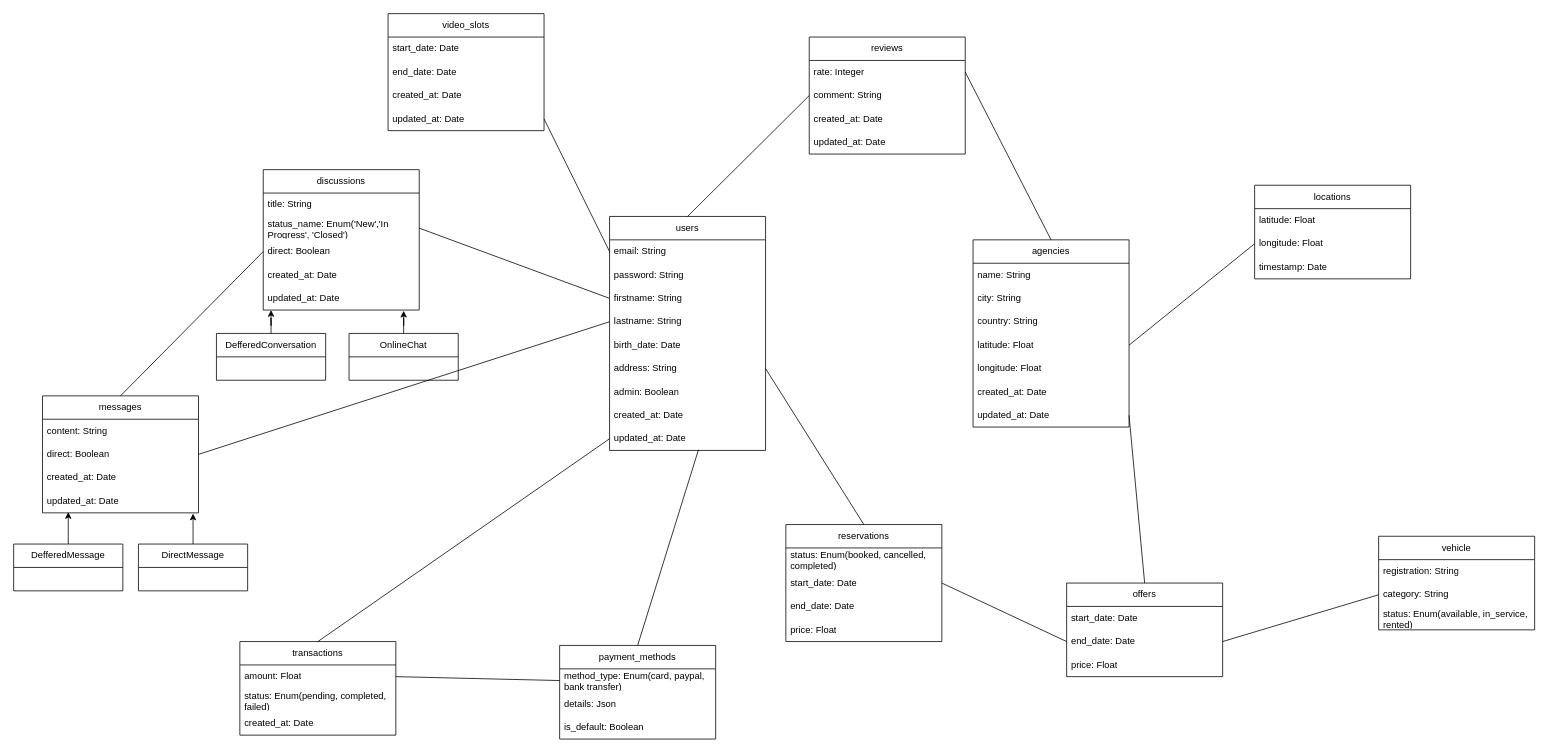
TBERT31/P13-YourCarYourWay_MessageApp_JavaAngular keeps this draw.io diagram as MCD_Monolith_Global.drawio. Above is the earlier version. Source tidied: cells renumbered, new cells numbered last; positions are measured from the earlier drawing's top-left corner, leaving out a move shared by most shapes. Both pictures are drawn from the tidied source at 78%, with x=0, y=0 at pixel (13, 13).
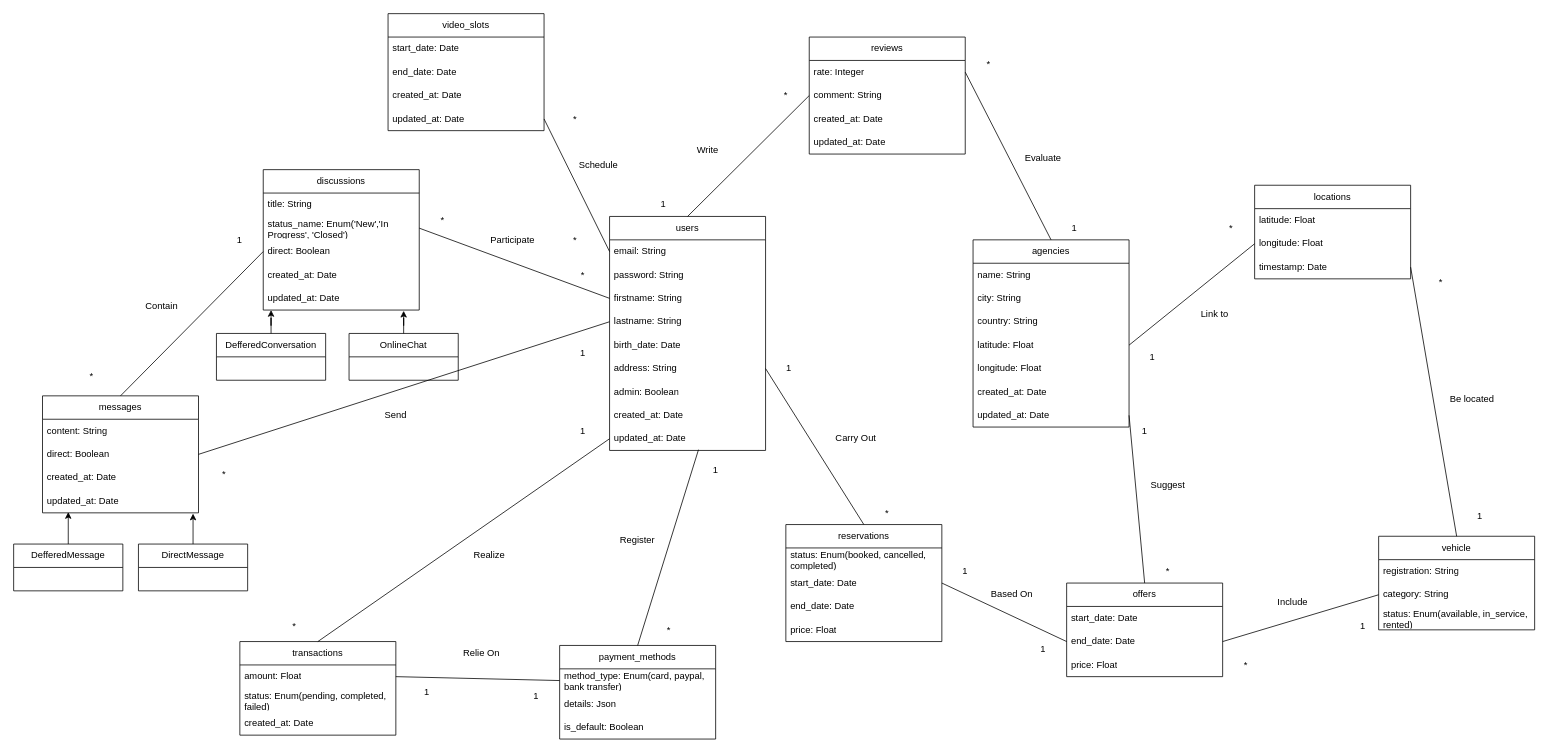
Above is the later version.

Commit message (it also covers changes not shown here):
Mettre à jour MCD_Monolith_Global.drawio

Unchanged cells that the change refers to:
```xml
<mxCell id="57" value="timestamp: Date" style="text;strokeColor=none;fillColor=none;align=left;verticalAlign=middle;spacingLeft=4;spacingRight=4;overflow=hidden;points=[[0,0.5],[1,0.5]];portConstraint=eastwest;whiteSpace=wrap;html=1;" parent="54" vertex="1">
  <mxGeometry y="90" width="200" height="30" as="geometry" />
</mxCell>
<mxCell id="58" value="vehicle" style="swimlane;fontStyle=0;horizontal=1;startSize=30;whiteSpace=wrap;html=1;direction=east;" parent="1" vertex="1">
  <mxGeometry x="1750" y="670" width="200" height="120" as="geometry" />
</mxCell>
```

Diff of the diagram source:
```diff
@@
+    <mxCell id="88" value="Register" style="text;html=1;align=center;verticalAlign=middle;whiteSpace=wrap;rounded=0;" parent="1" vertex="1">
+      <mxGeometry x="770" y="660" width="60" height="30" as="geometry" />
+    </mxCell>
+    <mxCell id="89" value="Realize" style="text;html=1;align=center;verticalAlign=middle;whiteSpace=wrap;rounded=0;" parent="1" vertex="1">
+      <mxGeometry x="580" y="680" width="60" height="30" as="geometry" />
+    </mxCell>
+    <mxCell id="90" value="Carry Out" style="text;html=1;align=center;verticalAlign=middle;whiteSpace=wrap;rounded=0;" parent="1" vertex="1">
+      <mxGeometry x="1050" y="530" width="60" height="30" as="geometry" />
+    </mxCell>
+    <mxCell id="91" value="Write" style="text;html=1;align=center;verticalAlign=middle;whiteSpace=wrap;rounded=0;" parent="1" vertex="1">
+      <mxGeometry x="860" y="160" width="60" height="30" as="geometry" />
+    </mxCell>
+    <mxCell id="92" value="Participate" style="text;html=1;align=center;verticalAlign=middle;whiteSpace=wrap;rounded=0;" parent="1" vertex="1">
+      <mxGeometry x="610" y="275" width="60" height="30" as="geometry" />
+    </mxCell>
+    <mxCell id="93" value="Schedule" style="text;html=1;align=center;verticalAlign=middle;whiteSpace=wrap;rounded=0;" parent="1" vertex="1">
+      <mxGeometry x="720" y="180" width="60" height="30" as="geometry" />
+    </mxCell>
+    <mxCell id="94" value="Send" style="text;html=1;align=center;verticalAlign=middle;whiteSpace=wrap;rounded=0;" parent="1" vertex="1">
+      <mxGeometry x="460" y="500" width="60" height="30" as="geometry" />
+    </mxCell>
+    <mxCell id="95" value="Contain" style="text;html=1;align=center;verticalAlign=middle;whiteSpace=wrap;rounded=0;" parent="1" vertex="1">
+      <mxGeometry x="160" y="360" width="60" height="30" as="geometry" />
+    </mxCell>
+    <mxCell id="96" value="Based On" style="text;html=1;align=center;verticalAlign=middle;whiteSpace=wrap;rounded=0;" parent="1" vertex="1">
+      <mxGeometry x="1250" y="730" width="60" height="30" as="geometry" />
+    </mxCell>
+    <mxCell id="97" value="Evaluate" style="text;html=1;align=center;verticalAlign=middle;whiteSpace=wrap;rounded=0;" parent="1" vertex="1">
+      <mxGeometry x="1290" y="170" width="60" height="30" as="geometry" />
+    </mxCell>
+    <mxCell id="98" value="Be located" style="text;html=1;align=center;verticalAlign=middle;whiteSpace=wrap;rounded=0;" parent="1" vertex="1">
+      <mxGeometry x="1840" y="480" width="60" height="30" as="geometry" />
+    </mxCell>
+    <mxCell id="99" value="Include" style="text;html=1;align=center;verticalAlign=middle;whiteSpace=wrap;rounded=0;" parent="1" vertex="1">
+      <mxGeometry x="1610" y="740" width="60" height="30" as="geometry" />
+    </mxCell>
+    <mxCell id="100" value="Suggest" style="text;html=1;align=center;verticalAlign=middle;whiteSpace=wrap;rounded=0;" parent="1" vertex="1">
+      <mxGeometry x="1450" y="590" width="60" height="30" as="geometry" />
+    </mxCell>
+    <mxCell id="101" value="Relie On" style="text;html=1;align=center;verticalAlign=middle;whiteSpace=wrap;rounded=0;" parent="1" vertex="1">
+      <mxGeometry x="570" y="805" width="60" height="30" as="geometry" />
+    </mxCell>
+    <mxCell id="102" value="1" style="text;html=1;align=center;verticalAlign=middle;whiteSpace=wrap;rounded=0;" parent="1" vertex="1">
+      <mxGeometry x="500" y="855" width="60" height="30" as="geometry" />
+    </mxCell>
+    <mxCell id="103" value="1" style="text;html=1;align=center;verticalAlign=middle;whiteSpace=wrap;rounded=0;" parent="1" vertex="1">
+      <mxGeometry x="640" y="860" width="60" height="30" as="geometry" />
+    </mxCell>
+    <mxCell id="104" value="1" style="text;html=1;align=center;verticalAlign=middle;whiteSpace=wrap;rounded=0;" parent="1" vertex="1">
+      <mxGeometry x="870" y="570" width="60" height="30" as="geometry" />
+    </mxCell>
+    <mxCell id="105" value="1" style="text;html=1;align=center;verticalAlign=middle;whiteSpace=wrap;rounded=0;" parent="1" vertex="1">
+      <mxGeometry x="700" y="520" width="60" height="30" as="geometry" />
+    </mxCell>
+    <mxCell id="106" value="*" style="text;html=1;align=center;verticalAlign=middle;whiteSpace=wrap;rounded=0;" parent="1" vertex="1">
+      <mxGeometry x="330" y="770" width="60" height="30" as="geometry" />
+    </mxCell>
+    <mxCell id="107" value="*" style="text;html=1;align=center;verticalAlign=middle;whiteSpace=wrap;rounded=0;" parent="1" vertex="1">
+      <mxGeometry x="810" y="775" width="60" height="30" as="geometry" />
+    </mxCell>
+    <mxCell id="108" value="1" style="text;html=1;align=center;verticalAlign=middle;whiteSpace=wrap;rounded=0;" parent="1" vertex="1">
+      <mxGeometry x="1290" y="800" width="60" height="30" as="geometry" />
+    </mxCell>
+    <mxCell id="109" value="1" style="text;html=1;align=center;verticalAlign=middle;whiteSpace=wrap;rounded=0;" parent="1" vertex="1">
+      <mxGeometry x="1190" y="700" width="60" height="30" as="geometry" />
+    </mxCell>
+    <mxCell id="110" value="1" style="text;html=1;align=center;verticalAlign=middle;whiteSpace=wrap;rounded=0;" parent="1" vertex="1">
+      <mxGeometry x="964" y="440" width="60" height="30" as="geometry" />
+    </mxCell>
+    <mxCell id="111" value="*" style="text;html=1;align=center;verticalAlign=middle;whiteSpace=wrap;rounded=0;" parent="1" vertex="1">
+      <mxGeometry x="1090" y="625" width="60" height="30" as="geometry" />
+    </mxCell>
+    <mxCell id="112" value="1" style="text;html=1;align=center;verticalAlign=middle;whiteSpace=wrap;rounded=0;" parent="1" vertex="1">
+      <mxGeometry x="1700" y="770" width="60" height="30" as="geometry" />
+    </mxCell>
+    <mxCell id="113" value="*" style="text;html=1;align=center;verticalAlign=middle;whiteSpace=wrap;rounded=0;" parent="1" vertex="1">
+      <mxGeometry x="1550" y="820" width="60" height="30" as="geometry" />
+    </mxCell>
+    <mxCell id="114" value="*" style="text;html=1;align=center;verticalAlign=middle;whiteSpace=wrap;rounded=0;" parent="1" vertex="1">
+      <mxGeometry x="1450" y="700" width="60" height="30" as="geometry" />
+    </mxCell>
+    <mxCell id="115" value="1" style="text;html=1;align=center;verticalAlign=middle;whiteSpace=wrap;rounded=0;" parent="1" vertex="1">
+      <mxGeometry x="1420" y="520" width="60" height="30" as="geometry" />
+    </mxCell>
+    <mxCell id="116" style="endArrow=none;html=1;rounded=0;entryX=0.5;entryY=0;entryDx=0;entryDy=0;exitX=1;exitY=0.5;exitDx=0;exitDy=0;" parent="1" edge="1" source="57" target="58">
+      <mxGeometry relative="1" as="geometry" />
+    </mxCell>
+    <mxCell id="117" value="*" style="text;html=1;align=center;verticalAlign=middle;whiteSpace=wrap;rounded=0;" parent="1" vertex="1">
+      <mxGeometry x="1800" y="330" width="60" height="30" as="geometry" />
+    </mxCell>
+    <mxCell id="118" value="1" style="text;html=1;align=center;verticalAlign=middle;whiteSpace=wrap;rounded=0;" parent="1" vertex="1">
+      <mxGeometry x="1850" y="630" width="60" height="30" as="geometry" />
+    </mxCell>
+    <mxCell id="119" value="*" style="text;html=1;align=center;verticalAlign=middle;whiteSpace=wrap;rounded=0;" parent="1" vertex="1">
+      <mxGeometry x="1531" y="260" width="60" height="30" as="geometry" />
+    </mxCell>
+    <mxCell id="120" value="1" style="text;html=1;align=center;verticalAlign=middle;whiteSpace=wrap;rounded=0;" parent="1" vertex="1">
+      <mxGeometry x="1430" y="425" width="60" height="30" as="geometry" />
+    </mxCell>
+    <mxCell id="121" value="Link to" style="text;html=1;align=center;verticalAlign=middle;whiteSpace=wrap;rounded=0;" parent="1" vertex="1">
+      <mxGeometry x="1510" y="370" width="60" height="30" as="geometry" />
+    </mxCell>
+    <mxCell id="122" value="*" style="text;html=1;align=center;verticalAlign=middle;whiteSpace=wrap;rounded=0;" parent="1" vertex="1">
+      <mxGeometry x="240" y="575" width="60" height="30" as="geometry" />
+    </mxCell>
+    <mxCell id="123" value="1" style="text;html=1;align=center;verticalAlign=middle;whiteSpace=wrap;rounded=0;" parent="1" vertex="1">
+      <mxGeometry x="700" y="420" width="60" height="30" as="geometry" />
+    </mxCell>
+    <mxCell id="124" value="1" style="text;html=1;align=center;verticalAlign=middle;whiteSpace=wrap;rounded=0;" parent="1" vertex="1">
+      <mxGeometry x="260" y="275" width="60" height="30" as="geometry" />
+    </mxCell>
+    <mxCell id="125" value="*" style="text;html=1;align=center;verticalAlign=middle;whiteSpace=wrap;rounded=0;" parent="1" vertex="1">
+      <mxGeometry x="70" y="450" width="60" height="30" as="geometry" />
+    </mxCell>
+    <mxCell id="126" value="*" style="text;html=1;align=center;verticalAlign=middle;whiteSpace=wrap;rounded=0;" parent="1" vertex="1">
+      <mxGeometry x="700" y="320" width="60" height="30" as="geometry" />
+    </mxCell>
+    <mxCell id="127" value="*" style="text;html=1;align=center;verticalAlign=middle;whiteSpace=wrap;rounded=0;" parent="1" vertex="1">
+      <mxGeometry x="520" y="250" width="60" height="30" as="geometry" />
+    </mxCell>
+    <mxCell id="128" value="*" style="text;html=1;align=center;verticalAlign=middle;whiteSpace=wrap;rounded=0;" parent="1" vertex="1">
+      <mxGeometry x="690" y="120" width="60" height="30" as="geometry" />
+    </mxCell>
+    <mxCell id="129" value="*" style="text;html=1;align=center;verticalAlign=middle;whiteSpace=wrap;rounded=0;" parent="1" vertex="1">
+      <mxGeometry x="690" y="275" width="60" height="30" as="geometry" />
+    </mxCell>
+    <mxCell id="130" value="1" style="text;html=1;align=center;verticalAlign=middle;whiteSpace=wrap;rounded=0;" parent="1" vertex="1">
+      <mxGeometry x="803" y="230" width="60" height="30" as="geometry" />
+    </mxCell>
+    <mxCell id="131" value="*" style="text;html=1;align=center;verticalAlign=middle;whiteSpace=wrap;rounded=0;" parent="1" vertex="1">
+      <mxGeometry x="960" y="90" width="60" height="30" as="geometry" />
+    </mxCell>
+    <mxCell id="132" value="*" style="text;html=1;align=center;verticalAlign=middle;whiteSpace=wrap;rounded=0;" parent="1" vertex="1">
+      <mxGeometry x="1220" y="50" width="60" height="30" as="geometry" />
+    </mxCell>
+    <mxCell id="133" value="1" style="text;html=1;align=center;verticalAlign=middle;whiteSpace=wrap;rounded=0;" parent="1" vertex="1">
+      <mxGeometry x="1330" y="260" width="60" height="30" as="geometry" />
+    </mxCell>
```
